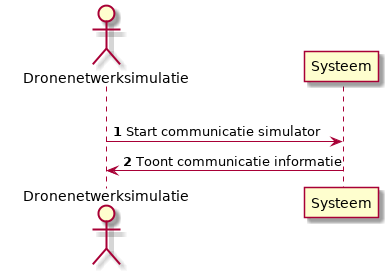
mauriceberentsen/Automated-Drone-Distribution-Network keeps this PlantUML diagram as Docs/DesignDocumenten/UML/out/usecase/sequence/Simulerendraadlozecommunicatie/Simulerendraadlozecommunicatie.png. Above is the earlier version.
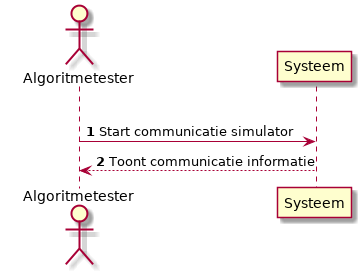
After the change.

The edit, as a diff of the source:
```diff
@@ -1,11 +1,11 @@
 @startuml
 
 autonumber
-actor "Dronenetwerksimulatie" as AT
+actor "Algoritmetester" as AT
 participant "Systeem" as sys
 
 alt
 AT -> sys : Start communicatie simulator
-AT <- sys : Toont communicatie informatie
+AT <-- sys : Toont communicatie informatie
 
 @enduml
```
